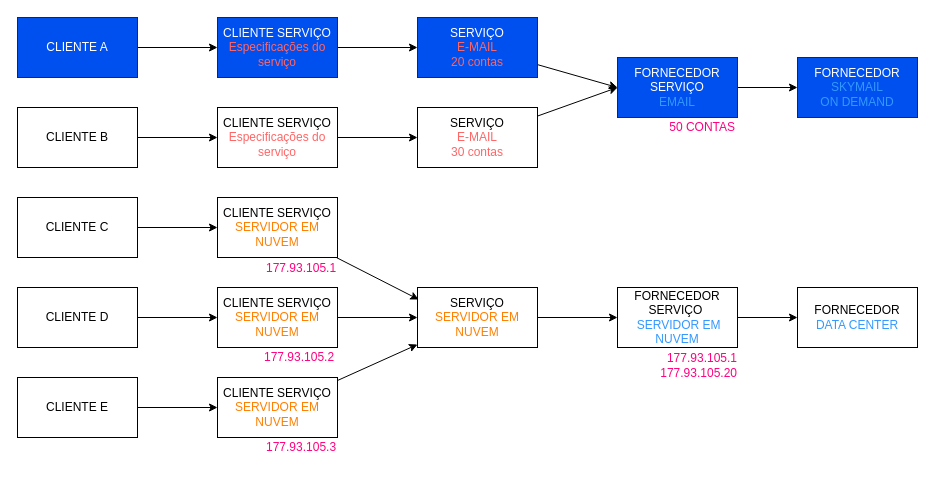
sigespweb22/boxapp-api keeps this draw.io diagram as page "Caso de Uso - Fornecedores a Clientes" (1 of 5) of docs/draws/BoxApp.drawio. Above is the earlier version. Source tidied: cells renumbered, new cells numbered last; positions are measured from the earlier drawing's top-left corner, leaving out a move shared by most shapes. Both pictures are drawn from the tidied source at 100%, with x=0, y=0 at pixel (17, 17).
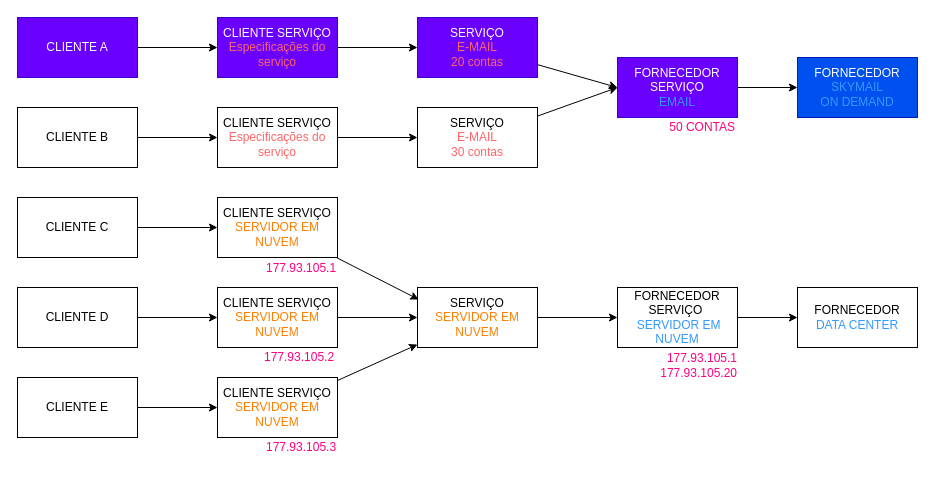
The same page after the edit.

Change to the diagram source:
```diff
@@
-    <mxCell id="3" value="CLIENTE A" style="rounded=0;whiteSpace=wrap;html=1;fillColor=#0050ef;fontColor=#ffffff;strokeColor=#001DBC;" parent="1" vertex="1">
+    <mxCell id="3" value="CLIENTE A" style="rounded=0;whiteSpace=wrap;html=1;fillColor=#6a00ff;fontColor=#ffffff;strokeColor=#3700CC;" parent="1" vertex="1">
       <mxGeometry width="120" height="60" as="geometry" />
     </mxCell>
@@
-    <mxCell id="17" value="CLIENTE SERVIÇO&lt;br&gt;&lt;font color=&quot;#ff6666&quot;&gt;Especificações do&lt;br&gt;serviço&lt;/font&gt;" style="rounded=0;whiteSpace=wrap;html=1;fillColor=#0050ef;fontColor=#ffffff;strokeColor=#001DBC;" parent="1" vertex="1">
+    <mxCell id="17" value="CLIENTE SERVIÇO&lt;br&gt;&lt;font color=&quot;#ff6666&quot;&gt;Especificações do&lt;br&gt;serviço&lt;/font&gt;" style="rounded=0;whiteSpace=wrap;html=1;fillColor=#6a00ff;fontColor=#ffffff;strokeColor=#3700CC;" parent="1" vertex="1">
       <mxGeometry x="200" width="120" height="60" as="geometry" />
     </mxCell>
@@
-    <mxCell id="30" value="SERVIÇO&lt;br&gt;&lt;font color=&quot;#ff6666&quot;&gt;E-MAIL &lt;br&gt;20 contas&lt;/font&gt;" style="rounded=0;whiteSpace=wrap;html=1;fillColor=#0050ef;fontColor=#ffffff;strokeColor=#001DBC;" parent="1" vertex="1">
+    <mxCell id="30" value="SERVIÇO&lt;br&gt;&lt;font color=&quot;#ff6666&quot;&gt;E-MAIL &lt;br&gt;20 contas&lt;/font&gt;" style="rounded=0;whiteSpace=wrap;html=1;fillColor=#6a00ff;fontColor=#ffffff;strokeColor=#3700CC;" parent="1" vertex="1">
       <mxGeometry x="400" width="120" height="60" as="geometry" />
     </mxCell>
@@
-    <mxCell id="32" value="FORNECEDOR SERVIÇO&lt;br&gt;&lt;font color=&quot;#3399ff&quot;&gt;EMAIL&lt;/font&gt;" style="rounded=0;whiteSpace=wrap;html=1;fillColor=#0050ef;fontColor=#ffffff;strokeColor=#001DBC;" parent="1" vertex="1">
+    <mxCell id="32" value="FORNECEDOR SERVIÇO&lt;br&gt;&lt;font color=&quot;#3399ff&quot;&gt;EMAIL&lt;/font&gt;" style="rounded=0;whiteSpace=wrap;html=1;fillColor=#6a00ff;fontColor=#ffffff;strokeColor=#3700CC;" parent="1" vertex="1">
       <mxGeometry x="600" y="40" width="120" height="60" as="geometry" />
     </mxCell>
```
